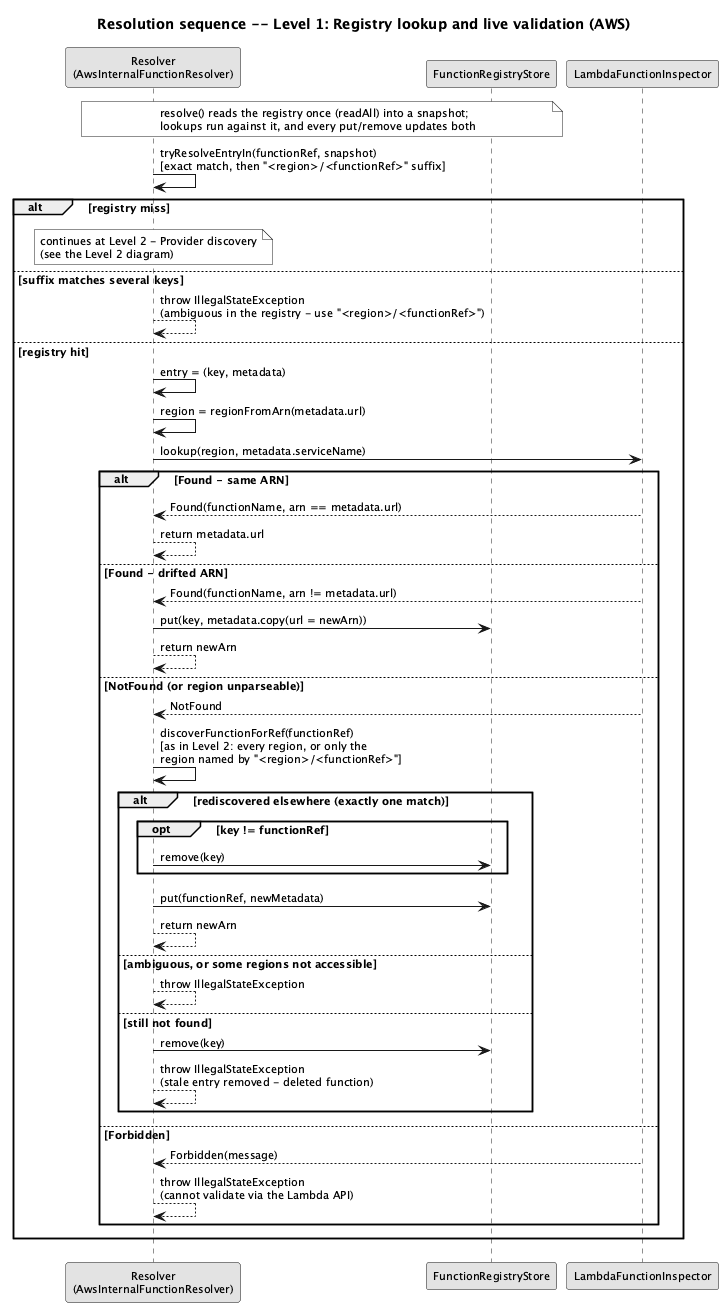
EngenheiroPedroCarvalho/ISEL-Thesis-2526 keeps this PlantUML diagram as dissertation/images/implementation/resolution-cascade-level1-aws.png. Above is the earlier version.
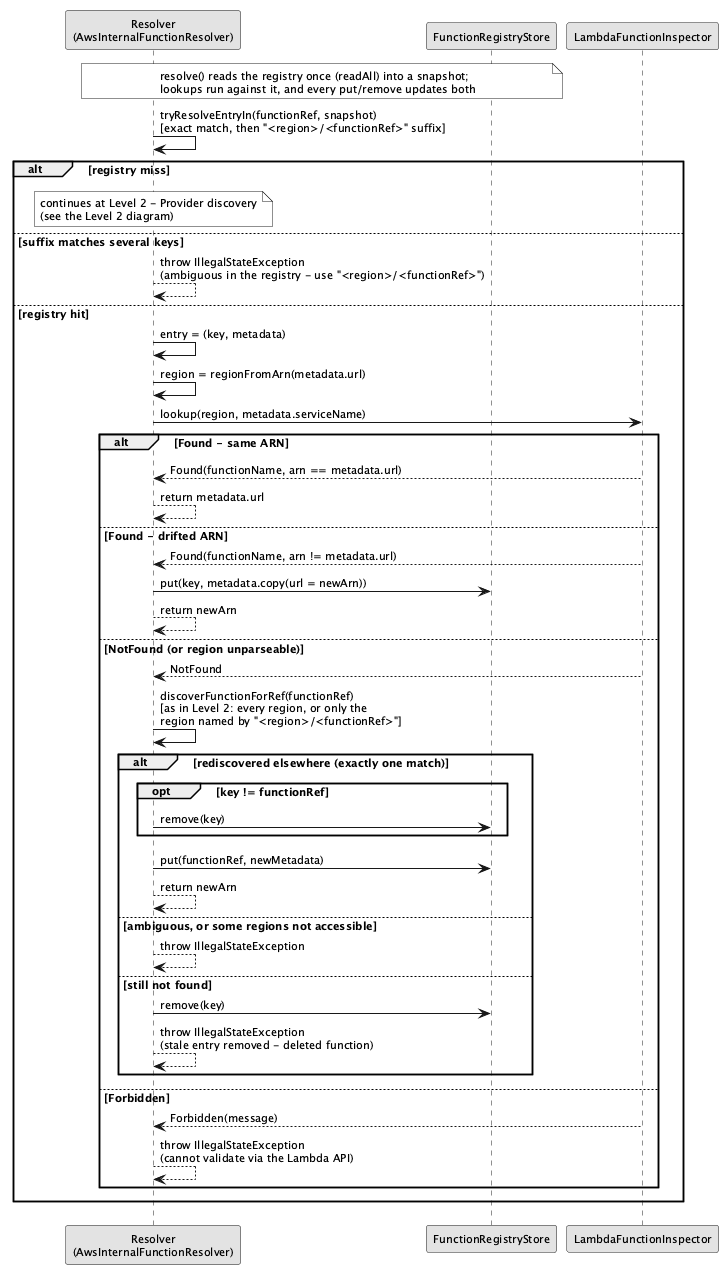
Later version of the same file.

Change to the diagram source:
```diff
@@ -2,8 +2,6 @@
 skinparam monochrome true
 skinparam shadowing false
 skinparam defaultFontSize 11
-title Resolution sequence -- Level 1: Registry lookup and live validation (AWS)
-
 participant "Resolver\n(AwsInternalFunctionResolver)" as R
 participant "FunctionRegistryStore" as REG
 participant "LambdaFunctionInspector" as AI
```
